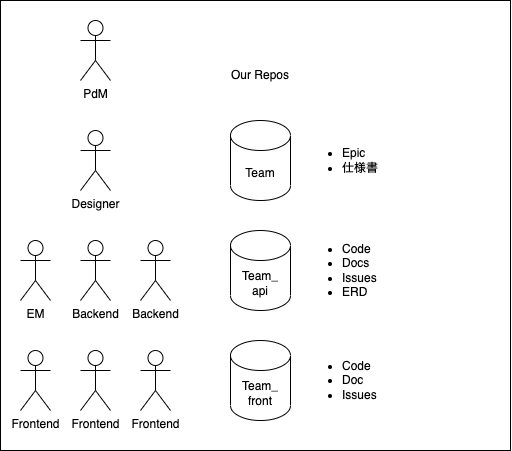
This is images/articles/migrating-to-a-monorepo/our-team-and-polyrepo.png from sainu/zenn, a draw.io export, as it was before one commit. Source tidied: cells renumbered, new cells last; positions are measured from the earlier drawing's top-left corner, leaving out a move shared by most shapes. The source it was exported from:
```xml
<mxGraphModel>
  <root>
    <mxCell id="0" />
    <mxCell id="1" parent="0" />
    <mxCell id="2" style="rounded=0;whiteSpace=wrap;html=1;" parent="1" vertex="1">
      <mxGeometry width="510" height="450" as="geometry" />
    </mxCell>
    <mxCell id="3" value="PdM" style="shape=umlActor;verticalLabelPosition=bottom;verticalAlign=top;html=1;" parent="1" vertex="1">
      <mxGeometry x="80" y="20" width="30" height="60" as="geometry" />
    </mxCell>
    <mxCell id="4" value="Designer" style="shape=umlActor;verticalLabelPosition=bottom;verticalAlign=top;html=1;" parent="1" vertex="1">
      <mxGeometry x="80" y="130" width="30" height="60" as="geometry" />
    </mxCell>
    <mxCell id="5" value="EM" style="shape=umlActor;verticalLabelPosition=bottom;verticalAlign=top;html=1;" parent="1" vertex="1">
      <mxGeometry x="20" y="240" width="30" height="60" as="geometry" />
    </mxCell>
    <mxCell id="6" value="Backend" style="shape=umlActor;verticalLabelPosition=bottom;verticalAlign=top;html=1;" parent="1" vertex="1">
      <mxGeometry x="80" y="240" width="30" height="60" as="geometry" />
    </mxCell>
    <mxCell id="7" value="Backend" style="shape=umlActor;verticalLabelPosition=bottom;verticalAlign=top;html=1;" parent="1" vertex="1">
      <mxGeometry x="140" y="240" width="30" height="60" as="geometry" />
    </mxCell>
    <mxCell id="8" value="Frontend" style="shape=umlActor;verticalLabelPosition=bottom;verticalAlign=top;html=1;" parent="1" vertex="1">
      <mxGeometry x="20" y="350" width="30" height="60" as="geometry" />
    </mxCell>
    <mxCell id="9" value="Frontend" style="shape=umlActor;verticalLabelPosition=bottom;verticalAlign=top;html=1;" parent="1" vertex="1">
      <mxGeometry x="80" y="350" width="30" height="60" as="geometry" />
    </mxCell>
    <mxCell id="10" value="Frontend" style="shape=umlActor;verticalLabelPosition=bottom;verticalAlign=top;html=1;" parent="1" vertex="1">
      <mxGeometry x="140" y="350" width="30" height="60" as="geometry" />
    </mxCell>
    <mxCell id="11" value="Team" style="shape=cylinder3;whiteSpace=wrap;html=1;boundedLbl=1;backgroundOutline=1;size=15;" parent="1" vertex="1">
      <mxGeometry x="230" y="120" width="60" height="80" as="geometry" />
    </mxCell>
    <mxCell id="12" value="Team_&lt;br&gt;api" style="shape=cylinder3;whiteSpace=wrap;html=1;boundedLbl=1;backgroundOutline=1;size=15;" parent="1" vertex="1">
      <mxGeometry x="230" y="230" width="60" height="80" as="geometry" />
    </mxCell>
    <mxCell id="13" value="Team_&lt;br&gt;front" style="shape=cylinder3;whiteSpace=wrap;html=1;boundedLbl=1;backgroundOutline=1;size=15;" parent="1" vertex="1">
      <mxGeometry x="230" y="340" width="60" height="80" as="geometry" />
    </mxCell>
    <mxCell id="14" value="Our Repos" style="text;html=1;strokeColor=none;fillColor=none;align=center;verticalAlign=middle;whiteSpace=wrap;rounded=0;" parent="1" vertex="1">
      <mxGeometry x="220" y="60" width="80" height="30" as="geometry" />
    </mxCell>
    <mxCell id="15" value="&lt;ul&gt;&lt;li&gt;Epic&lt;/li&gt;&lt;li&gt;仕様書&lt;/li&gt;&lt;/ul&gt;" style="text;html=1;strokeColor=none;fillColor=none;align=left;verticalAlign=middle;whiteSpace=wrap;rounded=0;" parent="1" vertex="1">
      <mxGeometry x="300" y="145" width="140" height="30" as="geometry" />
    </mxCell>
    <mxCell id="16" value="&lt;ul&gt;&lt;li&gt;Code&lt;/li&gt;&lt;li&gt;Docs&lt;/li&gt;&lt;li&gt;Issues&lt;/li&gt;&lt;li&gt;ERD&lt;/li&gt;&lt;/ul&gt;" style="text;html=1;strokeColor=none;fillColor=none;align=left;verticalAlign=middle;whiteSpace=wrap;rounded=0;" parent="1" vertex="1">
      <mxGeometry x="300" y="235" width="140" height="70" as="geometry" />
    </mxCell>
    <mxCell id="17" value="&lt;ul&gt;&lt;li&gt;Code&lt;/li&gt;&lt;li&gt;Doc&lt;/li&gt;&lt;li&gt;Issues&lt;/li&gt;&lt;/ul&gt;" style="text;html=1;strokeColor=none;fillColor=none;align=left;verticalAlign=middle;whiteSpace=wrap;rounded=0;" parent="1" vertex="1">
      <mxGeometry x="300" y="345" width="140" height="70" as="geometry" />
    </mxCell>
  </root>
</mxGraphModel>
```
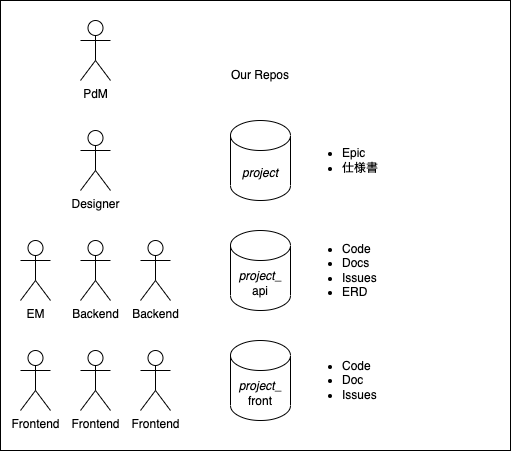
After the change.

What changed in the source:
```diff
@@ -29,13 +29,13 @@
     <mxCell id="10" value="Frontend" style="shape=umlActor;verticalLabelPosition=bottom;verticalAlign=top;html=1;" parent="1" vertex="1">
       <mxGeometry x="140" y="350" width="30" height="60" as="geometry" />
     </mxCell>
-    <mxCell id="11" value="Team" style="shape=cylinder3;whiteSpace=wrap;html=1;boundedLbl=1;backgroundOutline=1;size=15;" parent="1" vertex="1">
+    <mxCell id="11" value="&lt;i&gt;project&lt;/i&gt;" style="shape=cylinder3;whiteSpace=wrap;html=1;boundedLbl=1;backgroundOutline=1;size=15;" parent="1" vertex="1">
       <mxGeometry x="230" y="120" width="60" height="80" as="geometry" />
     </mxCell>
-    <mxCell id="12" value="Team_&lt;br&gt;api" style="shape=cylinder3;whiteSpace=wrap;html=1;boundedLbl=1;backgroundOutline=1;size=15;" parent="1" vertex="1">
+    <mxCell id="12" value="&lt;i&gt;project&lt;/i&gt;_&lt;br&gt;api" style="shape=cylinder3;whiteSpace=wrap;html=1;boundedLbl=1;backgroundOutline=1;size=15;" parent="1" vertex="1">
       <mxGeometry x="230" y="230" width="60" height="80" as="geometry" />
     </mxCell>
-    <mxCell id="13" value="Team_&lt;br&gt;front" style="shape=cylinder3;whiteSpace=wrap;html=1;boundedLbl=1;backgroundOutline=1;size=15;" parent="1" vertex="1">
+    <mxCell id="13" value="&lt;i&gt;project&lt;/i&gt;_&lt;br&gt;front" style="shape=cylinder3;whiteSpace=wrap;html=1;boundedLbl=1;backgroundOutline=1;size=15;" parent="1" vertex="1">
       <mxGeometry x="230" y="340" width="60" height="80" as="geometry" />
     </mxCell>
     <mxCell id="14" value="Our Repos" style="text;html=1;strokeColor=none;fillColor=none;align=center;verticalAlign=middle;whiteSpace=wrap;rounded=0;" parent="1" vertex="1">
```
